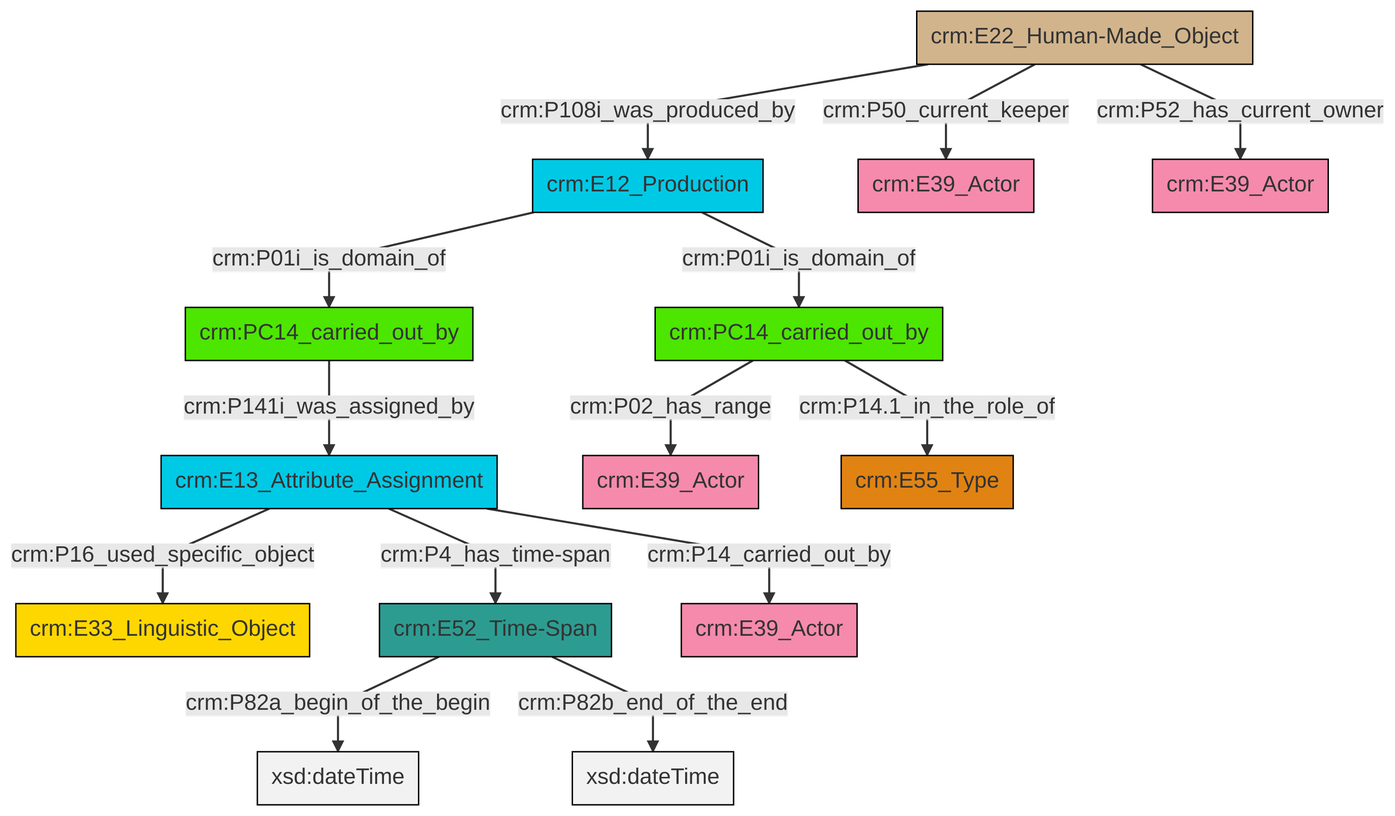
This is et/carrierCSV/ttl/mmd/png/carrier_relations.png from swiss-art-research-net/docs.swissartresearch, a Mermaid export, as it was before one commit. Its source is kept beside it as et/carrierCSV/ttl/mmd/carrier_relations.ttl.mmd.
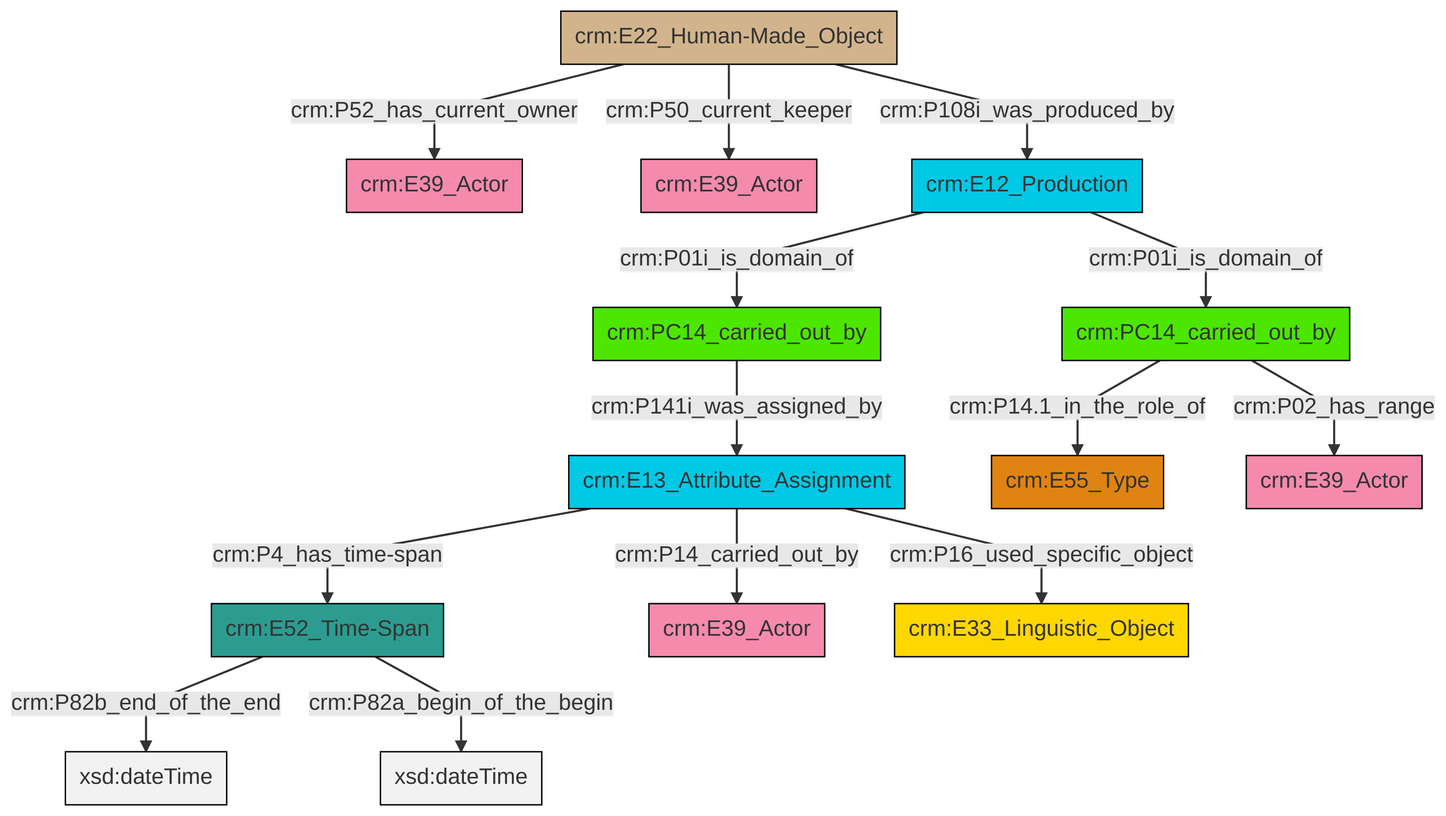
The same file after the commit.

The edit, as a diff of the source:
```diff
@@ -13,16 +13,16 @@
 classDef PC_Classes fill:#4ce600, stroke:#000000;
 classDef Multi fill:#cccccc,stroke:#000000;
 
-6["crm:E13_Attribute_Assignment"]:::Temporal_Entity -->|crm:P16_used_specific_object| 0["crm:E33_Linguistic_Object"]:::Conceptual_Object
-2["crm:E52_Time-Span"]:::Time-Span -->|crm:P82a_begin_of_the_begin| 7[xsd:dateTime]:::Literal
-10["crm:PC14_carried_out_by"]:::PC_Classes -->|crm:P141i_was_assigned_by| 6["crm:E13_Attribute_Assignment"]:::Temporal_Entity
-2["crm:E52_Time-Span"]:::Time-Span -->|crm:P82b_end_of_the_end| 11[xsd:dateTime]:::Literal
-8["crm:PC14_carried_out_by"]:::PC_Classes -->|crm:P02_has_range| 14["crm:E39_Actor"]:::Actor
-8["crm:PC14_carried_out_by"]:::PC_Classes -->|crm:P14.1_in_the_role_of| 17["crm:E55_Type"]:::Type
-15["crm:E22_Human-Made_Object"]:::Physical_Thing -->|crm:P108i_was_produced_by| 4["crm:E12_Production"]:::Temporal_Entity
-15["crm:E22_Human-Made_Object"]:::Physical_Thing -->|crm:P52_has_current_owner| 20["crm:E39_Actor"]:::Actor
-4["crm:E12_Production"]:::Temporal_Entity -->|crm:P01i_is_domain_of| 8["crm:PC14_carried_out_by"]:::PC_Classes
-6["crm:E13_Attribute_Assignment"]:::Temporal_Entity -->|crm:P14_carried_out_by| 12["crm:E39_Actor"]:::Actor
-6["crm:E13_Attribute_Assignment"]:::Temporal_Entity -->|crm:P4_has_time-span| 2["crm:E52_Time-Span"]:::Time-Span
-15["crm:E22_Human-Made_Object"]:::Physical_Thing -->|crm:P50_current_keeper| 18["crm:E39_Actor"]:::Actor
-4["crm:E12_Production"]:::Temporal_Entity -->|crm:P01i_is_domain_of| 10["crm:PC14_carried_out_by"]:::PC_Classes
+0["crm:E22_Human-Made_Object"]:::Physical_Thing -->|crm:P52_has_current_owner| 1["crm:E39_Actor"]:::Actor
+2["crm:E13_Attribute_Assignment"]:::Temporal_Entity -->|crm:P4_has_time-span| 3["crm:E52_Time-Span"]:::Time-Span
+4["crm:PC14_carried_out_by"]:::PC_Classes -->|crm:P14.1_in_the_role_of| 5["crm:E55_Type"]:::Type
+0["crm:E22_Human-Made_Object"]:::Physical_Thing -->|crm:P50_current_keeper| 7["crm:E39_Actor"]:::Actor
+11["crm:PC14_carried_out_by"]:::PC_Classes -->|crm:P141i_was_assigned_by| 2["crm:E13_Attribute_Assignment"]:::Temporal_Entity
+2["crm:E13_Attribute_Assignment"]:::Temporal_Entity -->|crm:P14_carried_out_by| 13["crm:E39_Actor"]:::Actor
+3["crm:E52_Time-Span"]:::Time-Span -->|crm:P82b_end_of_the_end| 16[xsd:dateTime]:::Literal
+3["crm:E52_Time-Span"]:::Time-Span -->|crm:P82a_begin_of_the_begin| 17[xsd:dateTime]:::Literal
+4["crm:PC14_carried_out_by"]:::PC_Classes -->|crm:P02_has_range| 9["crm:E39_Actor"]:::Actor
+20["crm:E12_Production"]:::Temporal_Entity -->|crm:P01i_is_domain_of| 4["crm:PC14_carried_out_by"]:::PC_Classes
+2["crm:E13_Attribute_Assignment"]:::Temporal_Entity -->|crm:P16_used_specific_object| 14["crm:E33_Linguistic_Object"]:::Conceptual_Object
+0["crm:E22_Human-Made_Object"]:::Physical_Thing -->|crm:P108i_was_produced_by| 20["crm:E12_Production"]:::Temporal_Entity
+20["crm:E12_Production"]:::Temporal_Entity -->|crm:P01i_is_domain_of| 11["crm:PC14_carried_out_by"]:::PC_Classes
```
